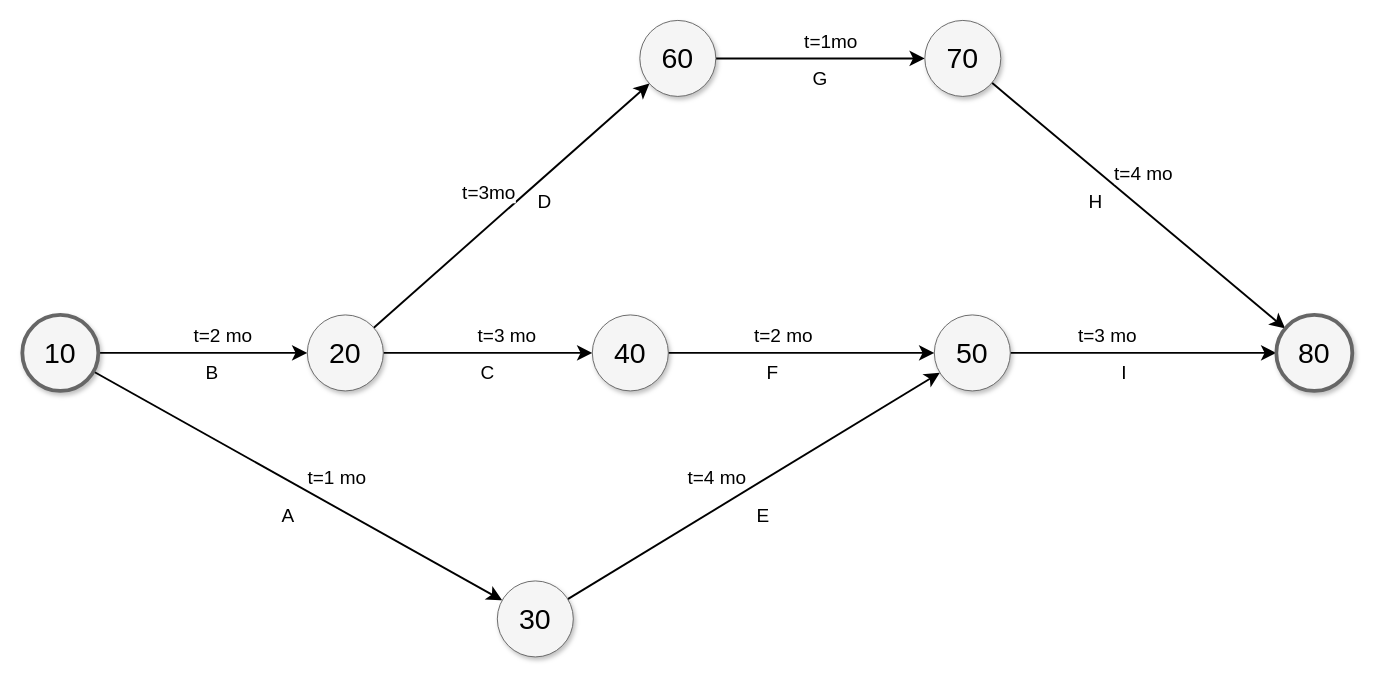
This is Untitled Diagram.drawio from Djaiber/ProgramacionAvanzada, a draw.io file, before an edit. Source tidied: cells renumbered, new cells numbered last; positions are measured from the earlier drawing's top-left corner, leaving out a move shared by most shapes. Both pictures are drawn from the tidied source at 95%, with x=0, y=0 at pixel (22, 20).
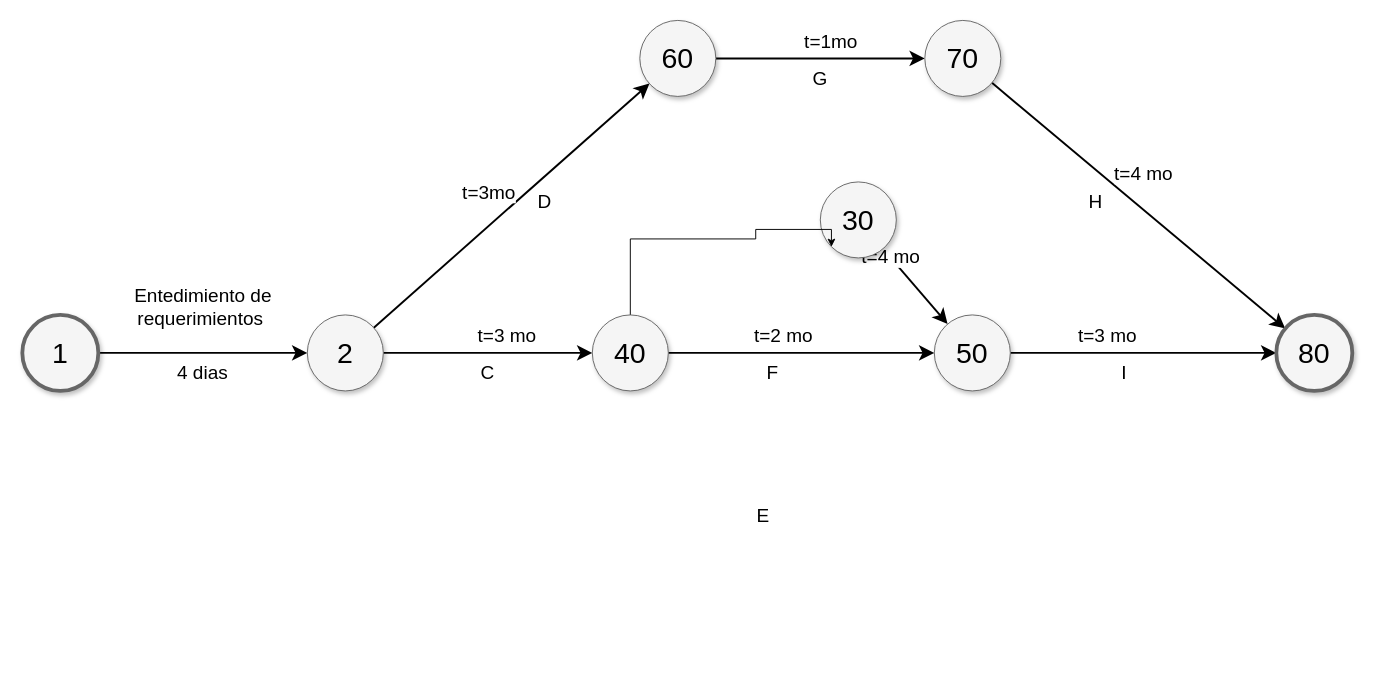
After the change.

Commit message:
PERT Datatón

The change refers to these unchanged cells:
```xml
<mxCell id="2" style="edgeStyle=none;curved=1;html=1;startSize=10;endArrow=classic;endFill=1;endSize=10;strokeColor=#000000;strokeWidth=2;fontSize=12;" parent="1" edge="1" source="6" target="11">
  <mxGeometry relative="1" as="geometry" />
</mxCell>
<mxCell id="23" value="40" style="ellipse;whiteSpace=wrap;html=1;rounded=0;shadow=1;strokeColor=#666666;strokeWidth=1;fontSize=30;align=center;fillColor=#f5f5f5;" parent="1" vertex="1">
  <mxGeometry x="600" y="310" width="80" height="80" as="geometry" />
</mxCell>
```

The edit, as a diff of the source:
```diff
@@
-    <mxCell id="3" value="t=2 mo" style="text;html=1;align=center;verticalAlign=middle;labelBackgroundColor=none;fontSize=20;" parent="2" vertex="1">
+    <mxCell id="3" value="Entedimiento de&lt;br&gt;requerimientos&amp;nbsp;" style="text;html=1;align=center;verticalAlign=middle;labelBackgroundColor=none;fontSize=20;" parent="2" vertex="1">
       <mxGeometry x="0.25" y="-5" relative="1" as="geometry">
-        <mxPoint x="-8" y="-25" as="offset" />
+        <mxPoint x="-29" y="-55" as="offset" />
       </mxGeometry>
     </mxCell>
-    <mxCell id="4" style="edgeStyle=none;curved=1;html=1;startSize=10;endFill=1;endSize=10;strokeWidth=2;fontSize=12;" parent="1" edge="1" source="6" target="14">
-      <mxGeometry relative="1" as="geometry" />
-    </mxCell>
-    <mxCell id="5" value="t=1 mo" style="text;html=1;align=center;verticalAlign=middle;labelBackgroundColor=#ffffff;fontSize=20;" parent="4" vertex="1">
-      <mxGeometry x="-0.07" y="-2" relative="1" as="geometry">
-        <mxPoint x="57" y="-3" as="offset" />
-      </mxGeometry>
-    </mxCell>
-    <mxCell id="6" value="10" style="ellipse;whiteSpace=wrap;html=1;rounded=0;shadow=1;strokeColor=#666666;strokeWidth=4;fontSize=30;align=center;fillColor=#f5f5f5;" parent="1" vertex="1">
+    <mxCell id="6" value="1" style="ellipse;whiteSpace=wrap;html=1;rounded=0;shadow=1;strokeColor=#666666;strokeWidth=4;fontSize=30;align=center;fillColor=#f5f5f5;" parent="1" vertex="1">
       <mxGeometry y="310" width="80" height="80" as="geometry" />
     </mxCell>
@@
-    <mxCell id="11" value="20" style="ellipse;whiteSpace=wrap;html=1;rounded=0;shadow=1;strokeColor=#666666;strokeWidth=1;fontSize=30;align=center;fillColor=#f5f5f5;" parent="1" vertex="1">
+    <mxCell id="11" value="2" style="ellipse;whiteSpace=wrap;html=1;rounded=0;shadow=1;strokeColor=#666666;strokeWidth=1;fontSize=30;align=center;fillColor=#f5f5f5;" parent="1" vertex="1">
       <mxGeometry x="300" y="310" width="80" height="80" as="geometry" />
     </mxCell>
@@
     <mxCell id="14" value="30" style="ellipse;whiteSpace=wrap;html=1;rounded=0;shadow=1;strokeColor=#666666;strokeWidth=1;fontSize=30;align=center;fillColor=#f5f5f5;" parent="1" vertex="1">
-      <mxGeometry x="500" y="590" width="80" height="80" as="geometry" />
+      <mxGeometry x="840" y="170" width="80" height="80" as="geometry" />
     </mxCell>
@@
+    <mxCell id="37" style="edgeStyle=orthogonalEdgeStyle;rounded=0;jettySize=auto;html=1;exitX=1;exitY=0;exitDx=0;exitDy=0;entryX=0;entryY=1;entryDx=0;entryDy=0;" parent="1" edge="1" source="23" target="14">
+      <mxGeometry relative="1" as="geometry">
+        <Array as="points">
+          <mxPoint x="640" y="322" />
+          <mxPoint x="640" y="230" />
+          <mxPoint x="772" y="230" />
+          <mxPoint x="772" y="220" />
+          <mxPoint x="852" y="220" />
+        </Array>
+      </mxGeometry>
+    </mxCell>
@@
-    <mxCell id="28" value="A" style="text;html=1;strokeColor=none;fillColor=none;align=center;verticalAlign=middle;whiteSpace=wrap;rounded=0;shadow=1;labelBackgroundColor=none;fontSize=20;" parent="1" vertex="1">
-      <mxGeometry x="260" y="510" width="40" height="20" as="geometry" />
-    </mxCell>
-    <mxCell id="29" value="B" style="text;html=1;strokeColor=none;fillColor=none;align=center;verticalAlign=middle;whiteSpace=wrap;rounded=0;shadow=1;labelBackgroundColor=none;fontSize=20;" parent="1" vertex="1">
-      <mxGeometry x="180" y="360" width="40" height="20" as="geometry" />
+    <mxCell id="29" value="4 dias" style="text;html=1;strokeColor=none;fillColor=none;align=center;verticalAlign=middle;whiteSpace=wrap;rounded=0;shadow=1;labelBackgroundColor=none;fontSize=20;" parent="1" vertex="1">
+      <mxGeometry x="160" y="360" width="60" height="20" as="geometry" />
     </mxCell>
```
